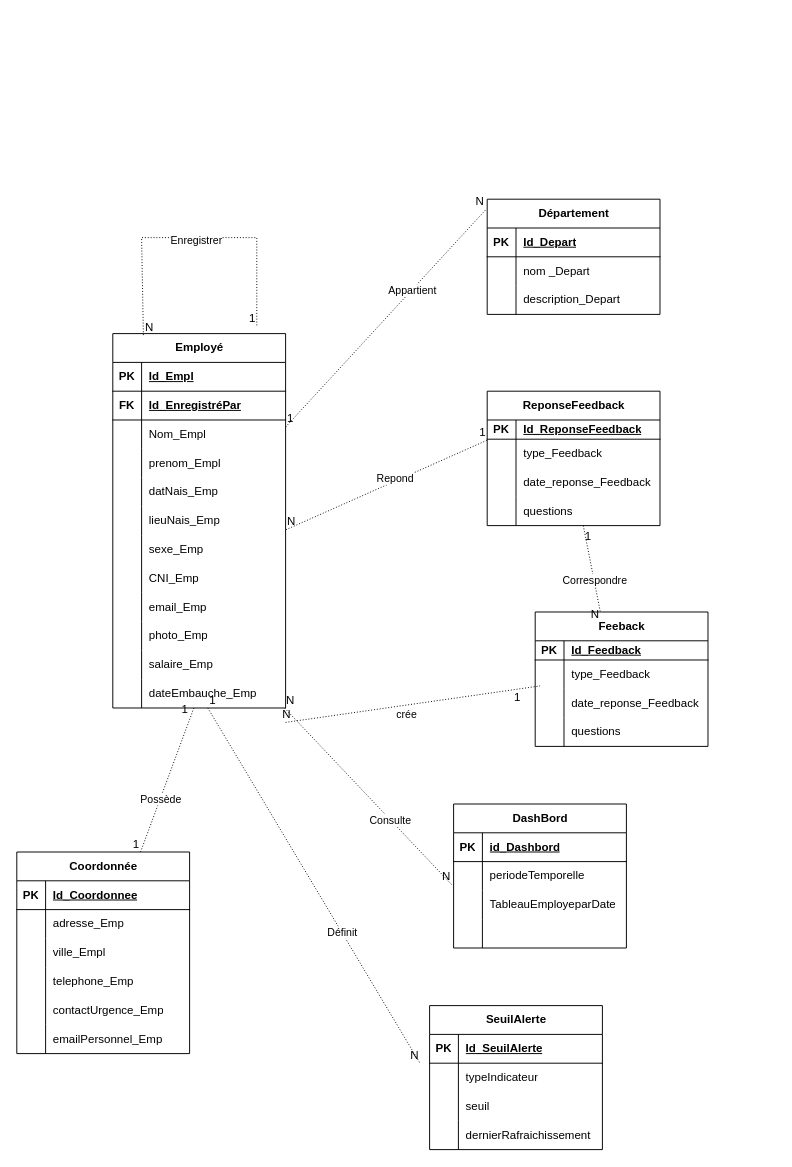
Before: MCD.drawio in DylanTigo/sitemap_retentionPro, a draw.io diagram. Source tidied: cells renumbered, new cells numbered last; positions are measured from the earlier drawing's top-left corner, leaving out a move shared by most shapes. Both pictures are drawn from the tidied source at 96%, with x=0, y=0 at pixel (16, 199).
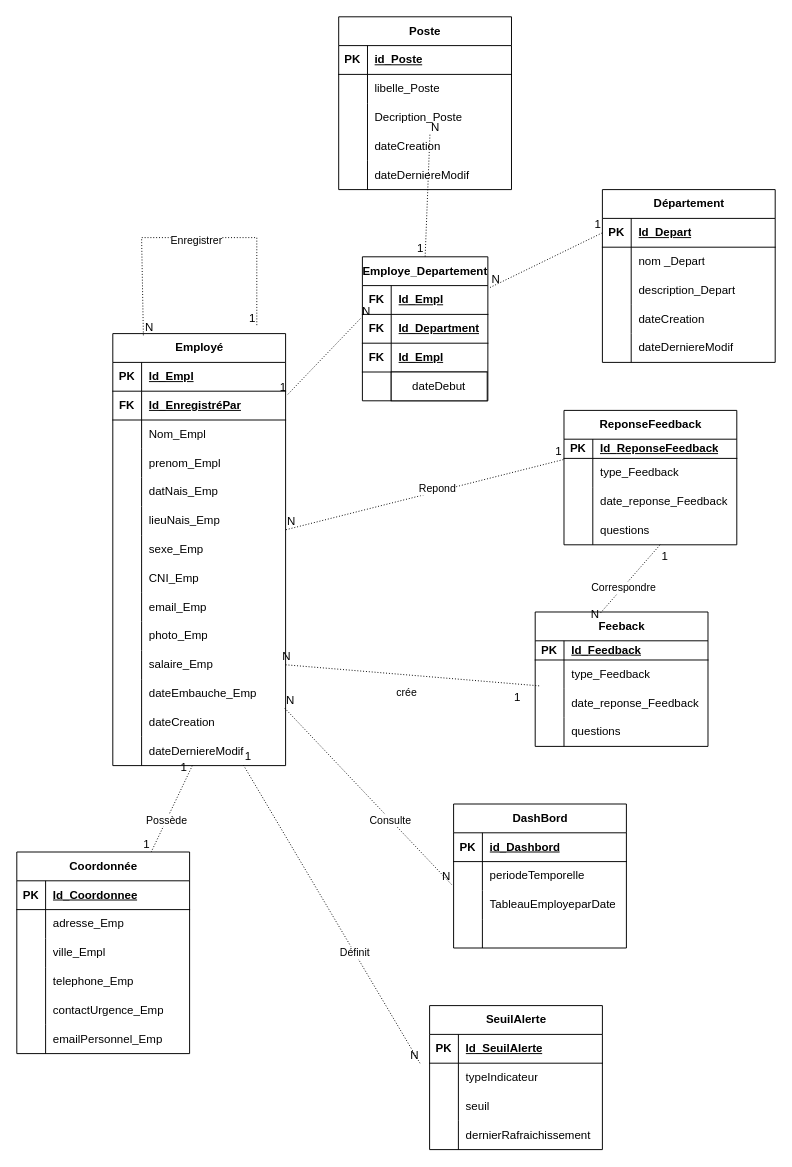
The same diagram, later.

Commit message (it also covers changes not shown here):
Mettre à jour MCD.drawio

Unchanged cells that the change refers to:
```xml
<mxCell id="6" style="shape=tableRow;horizontal=0;startSize=0;swimlaneHead=0;swimlaneBody=0;fillColor=none;points=[[0,0.5],[1,0.5]];portConstraint=eastwest;top=0;left=0;right=0;bottom=1;" parent="2" vertex="1">
  <mxGeometry y="60" width="180" height="30" as="geometry" />
</mxCell>
<mxCell id="33" style="shape=tableRow;horizontal=0;startSize=0;swimlaneHead=0;swimlaneBody=0;fillColor=none;points=[[0,0.5],[1,0.5]];portConstraint=eastwest;top=0;left=0;right=0;bottom=0;" parent="2" vertex="1">
  <mxGeometry y="330" width="180" height="30" as="geometry" />
</mxCell>
<mxCell id="36" style="shape=tableRow;horizontal=0;startSize=0;swimlaneHead=0;swimlaneBody=0;fillColor=none;points=[[0,0.5],[1,0.5]];portConstraint=eastwest;top=0;left=0;right=0;bottom=0;" parent="2" vertex="1">
  <mxGeometry y="360" width="180" height="30" as="geometry" />
</mxCell>
<mxCell id="40" style="shape=tableRow;horizontal=0;startSize=0;swimlaneHead=0;swimlaneBody=0;fillColor=none;points=[[0,0.5],[1,0.5]];portConstraint=eastwest;top=0;left=0;right=0;bottom=1;" parent="39" vertex="1">
  <mxGeometry y="30" width="180" height="30" as="geometry" />
</mxCell>
<mxCell id="56" style="shape=tableRow;horizontal=0;startSize=0;swimlaneHead=0;swimlaneBody=0;fillColor=none;points=[[0,0.5],[1,0.5]];portConstraint=eastwest;top=0;left=0;right=0;bottom=0;" parent="49" vertex="1">
  <mxGeometry y="80" width="180" height="30" as="geometry" />
</mxCell>
<mxCell id="129" value="Coordonnée" style="shape=table;startSize=30;childLayout=tableLayout;rowLines=0;fontStyle=1;align=center;html=1;" parent="1" vertex="1">
  <mxGeometry y="680" width="180" height="210" as="geometry" />
</mxCell>
```

What changed in the source:
```diff
@@
     <mxCell id="2" value="Employé" style="shape=table;startSize=30;childLayout=tableLayout;rowLines=0;fontStyle=1;align=center;html=1;" parent="1" vertex="1">
-      <mxGeometry x="100" y="140" width="180" height="390" as="geometry" />
+      <mxGeometry x="100" y="140" width="180" height="450" as="geometry" />
     </mxCell>
@@
+    <mxCell id="152" style="shape=tableRow;horizontal=0;startSize=0;swimlaneHead=0;swimlaneBody=0;fillColor=none;top=0;left=0;right=0;bottom=0;" parent="2" vertex="1">
+      <mxGeometry y="390" width="180" height="30" as="geometry" />
+    </mxCell>
+    <mxCell id="153" style="shape=partialRectangle;fillColor=none;top=0;left=0;bottom=0;right=0;overflow=hidden;whiteSpace=wrap;html=1;" parent="152" vertex="1">
+      <mxGeometry width="30" height="30" as="geometry" />
+    </mxCell>
+    <mxCell id="154" value="dateCreation" style="shape=partialRectangle;fillColor=none;top=0;left=0;bottom=0;right=0;align=left;spacingLeft=6;overflow=hidden;whiteSpace=wrap;html=1;" parent="152" vertex="1">
+      <mxGeometry x="30" width="150" height="30" as="geometry" />
+    </mxCell>
+    <mxCell id="155" style="shape=tableRow;horizontal=0;startSize=0;swimlaneHead=0;swimlaneBody=0;fillColor=none;points=[[0,0.5],[1,0.5]];portConstraint=eastwest;top=0;left=0;right=0;bottom=0;" parent="2" vertex="1">
+      <mxGeometry y="420" width="180" height="30" as="geometry" />
+    </mxCell>
+    <mxCell id="156" style="shape=partialRectangle;fillColor=none;top=0;left=0;bottom=0;right=0;overflow=hidden;whiteSpace=wrap;html=1;" parent="155" vertex="1">
+      <mxGeometry width="30" height="30" as="geometry" />
+    </mxCell>
+    <mxCell id="157" value="dateDerniereModif" style="shape=partialRectangle;fillColor=none;top=0;left=0;bottom=0;right=0;align=left;spacingLeft=6;overflow=hidden;whiteSpace=wrap;html=1;" parent="155" vertex="1">
+      <mxGeometry x="30" width="150" height="30" as="geometry" />
+    </mxCell>
     <mxCell id="39" value="Département" style="shape=table;startSize=30;childLayout=tableLayout;rowLines=0;fontStyle=1;align=center;html=1;" parent="1" vertex="1">
-      <mxGeometry x="490" width="180" height="120" as="geometry" />
+      <mxGeometry x="610" y="-10" width="180" height="180" as="geometry" />
     </mxCell>
@@
+    <mxCell id="158" style="shape=tableRow;horizontal=0;startSize=0;swimlaneHead=0;swimlaneBody=0;fillColor=none;top=0;left=0;right=0;bottom=0;" parent="39" vertex="1">
+      <mxGeometry y="120" width="180" height="30" as="geometry" />
+    </mxCell>
+    <mxCell id="159" style="shape=partialRectangle;fillColor=none;top=0;left=0;bottom=0;right=0;overflow=hidden;whiteSpace=wrap;html=1;" parent="158" vertex="1">
+      <mxGeometry width="30" height="30" as="geometry" />
+    </mxCell>
+    <mxCell id="160" value="dateCreation" style="shape=partialRectangle;fillColor=none;top=0;left=0;bottom=0;right=0;align=left;spacingLeft=6;overflow=hidden;whiteSpace=wrap;html=1;" parent="158" vertex="1">
+      <mxGeometry x="30" width="150" height="30" as="geometry" />
+    </mxCell>
+    <mxCell id="161" style="shape=tableRow;horizontal=0;startSize=0;swimlaneHead=0;swimlaneBody=0;fillColor=none;top=0;left=0;right=0;bottom=0;" parent="39" vertex="1">
+      <mxGeometry y="150" width="180" height="30" as="geometry" />
+    </mxCell>
+    <mxCell id="162" style="shape=partialRectangle;fillColor=none;top=0;left=0;bottom=0;right=0;overflow=hidden;whiteSpace=wrap;html=1;" parent="161" vertex="1">
+      <mxGeometry width="30" height="30" as="geometry" />
+    </mxCell>
+    <mxCell id="163" value="dateDerniereModif" style="shape=partialRectangle;fillColor=none;top=0;left=0;bottom=0;right=0;align=left;spacingLeft=6;overflow=hidden;whiteSpace=wrap;html=1;" parent="161" vertex="1">
+      <mxGeometry x="30" width="150" height="30" as="geometry" />
+    </mxCell>
@@
     <mxCell id="62" value="ReponseFeedback" style="shape=table;startSize=30;childLayout=tableLayout;rowLines=0;fontStyle=1;align=center;html=1;" parent="1" vertex="1">
-      <mxGeometry x="490" y="200" width="180" height="140" as="geometry" />
+      <mxGeometry x="570" y="220" width="180" height="140" as="geometry" />
     </mxCell>
@@
-    <mxCell id="101" style="endArrow=none;html=1;rounded=0;dashed=1;dashPattern=1 2;entryX=-0.01;entryY=0.094;entryDx=0;entryDy=0;entryPerimeter=0;" parent="1" edge="1" source="2" target="39">
+    <mxCell id="101" style="endArrow=none;html=1;rounded=0;dashed=1;dashPattern=1 2;entryX=1.011;entryY=0.122;entryDx=0;entryDy=0;entryPerimeter=0;exitX=-0.017;exitY=0.15;exitDx=0;exitDy=0;exitPerimeter=0;" parent="1" edge="1" source="168" target="6">
       <mxGeometry relative="1" as="geometry" />
     </mxCell>
-    <mxCell id="102" value="1" style="html=1;whiteSpace=wrap;align=left;verticalAlign=bottom;direction=south;" parent="101" vertex="1">
+    <mxCell id="102" value="N" style="html=1;whiteSpace=wrap;align=left;verticalAlign=bottom;direction=south;" parent="101" vertex="1">
       <mxGeometry x="-1" relative="1" as="geometry" />
     </mxCell>
-    <mxCell id="103" value="N" style="html=1;whiteSpace=wrap;align=right;verticalAlign=bottom;" parent="101" vertex="1">
+    <mxCell id="103" value="1" style="html=1;whiteSpace=wrap;align=right;verticalAlign=bottom;" parent="101" vertex="1">
       <mxGeometry x="1" relative="1" as="geometry" />
     </mxCell>
-    <mxCell id="104" value="Appartient" style="edgeLabel;html=1;align=center;verticalAlign=middle;" parent="101" vertex="1">
-      <mxGeometry x="0.26" relative="1" as="geometry" />
-    </mxCell>
@@
-    <mxCell id="109" style="endArrow=none;html=1;rounded=0;dashed=1;dashPattern=1 2;entryX=0.028;entryY=-0.1;entryDx=0;entryDy=0;entryPerimeter=0;exitX=1;exitY=0.5;exitDx=0;exitDy=0;" parent="1" edge="1" target="56">
-      <mxGeometry relative="1" as="geometry">
-        <mxPoint x="280" y="545" as="sourcePoint" />
-      </mxGeometry>
+    <mxCell id="109" style="endArrow=none;html=1;rounded=0;dashed=1;dashPattern=1 2;entryX=0.028;entryY=-0.1;entryDx=0;entryDy=0;entryPerimeter=0;exitX=1;exitY=0.5;exitDx=0;exitDy=0;" parent="1" edge="1" source="33" target="56">
+      <mxGeometry relative="1" as="geometry" />
     </mxCell>
@@
-    <mxCell id="117" style="endArrow=none;html=1;rounded=0;dashed=1;dashPattern=1 2;" parent="1" edge="1" source="36">
+    <mxCell id="117" style="endArrow=none;html=1;rounded=0;dashed=1;dashPattern=1 2;exitX=0.756;exitY=0.983;exitDx=0;exitDy=0;exitPerimeter=0;" parent="1" edge="1" source="155">
       <mxGeometry relative="1" as="geometry">
         <mxPoint x="420" y="900" as="targetPoint" />
       </mxGeometry>
     </mxCell>
@@
-    <mxCell id="148" style="endArrow=none;html=1;rounded=0;dashed=1;dashPattern=1 2;" parent="1" edge="1" source="36" target="129">
+    <mxCell id="148" style="endArrow=none;html=1;rounded=0;dashed=1;dashPattern=1 2;" parent="1" edge="1" source="155" target="129">
       <mxGeometry relative="1" as="geometry" />
     </mxCell>
@@
+    <mxCell id="164" value="Employe_Departement" style="shape=table;startSize=30;childLayout=tableLayout;rowLines=0;fontStyle=1;align=center;html=1;" parent="1" vertex="1">
+      <mxGeometry x="360" y="60" width="130.7" height="150" as="geometry" />
+    </mxCell>
+    <mxCell id="165" style="shape=tableRow;horizontal=0;startSize=0;swimlaneHead=0;swimlaneBody=0;fillColor=none;points=[[0,0.5],[1,0.5]];portConstraint=eastwest;top=0;left=0;right=0;bottom=1;" parent="164" vertex="1">
+      <mxGeometry y="30" width="130.7" height="30" as="geometry" />
+    </mxCell>
+    <mxCell id="166" value="FK" style="shape=partialRectangle;fillColor=none;top=0;left=0;bottom=0;right=0;fontStyle=1;overflow=hidden;whiteSpace=wrap;html=1;" parent="165" vertex="1">
+      <mxGeometry width="30" height="30" as="geometry" />
+    </mxCell>
+    <mxCell id="167" value="Id_Empl" style="shape=partialRectangle;fillColor=none;top=0;left=0;bottom=0;right=0;align=left;spacingLeft=6;fontStyle=5;overflow=hidden;whiteSpace=wrap;html=1;" parent="165" vertex="1">
+      <mxGeometry x="30" width="100.7" height="30" as="geometry" />
+    </mxCell>
+    <mxCell id="168" style="shape=tableRow;horizontal=0;startSize=0;swimlaneHead=0;swimlaneBody=0;fillColor=none;points=[[0,0.5],[1,0.5]];portConstraint=eastwest;top=0;left=0;right=0;bottom=1;" parent="164" vertex="1">
+      <mxGeometry y="60" width="130.7" height="30" as="geometry" />
+    </mxCell>
+    <mxCell id="169" value="FK" style="shape=partialRectangle;fillColor=none;top=0;left=0;bottom=0;right=0;fontStyle=1;overflow=hidden;whiteSpace=wrap;html=1;" parent="168" vertex="1">
+      <mxGeometry width="30" height="30" as="geometry" />
+    </mxCell>
+    <mxCell id="170" value="Id_Department" style="shape=partialRectangle;fillColor=none;top=0;left=0;bottom=0;right=0;align=left;spacingLeft=6;fontStyle=5;overflow=hidden;whiteSpace=wrap;html=1;" parent="168" vertex="1">
+      <mxGeometry x="30" width="100.7" height="30" as="geometry" />
+    </mxCell>
+    <mxCell id="171" style="shape=tableRow;horizontal=0;startSize=0;swimlaneHead=0;swimlaneBody=0;fillColor=none;top=0;left=0;right=0;bottom=0;" parent="164" vertex="1">
+      <mxGeometry y="90" width="130.7" height="60" as="geometry" />
+    </mxCell>
+    <mxCell id="172" style="shape=partialRectangle;fillColor=none;top=0;left=0;bottom=0;right=0;overflow=hidden;whiteSpace=wrap;html=1;" parent="171" vertex="1">
+      <mxGeometry width="30" height="60" as="geometry" />
+    </mxCell>
+    <mxCell id="173" style="shape=partialRectangle;fillColor=none;top=0;left=0;bottom=0;right=0;align=left;spacingLeft=6;overflow=hidden;whiteSpace=wrap;html=1;" parent="171" vertex="1">
+      <mxGeometry x="30" width="100.7" height="60" as="geometry" />
+    </mxCell>
+    <mxCell id="174" style="endArrow=none;html=1;rounded=0;dashed=1;dashPattern=1 2;exitX=1.017;exitY=0.067;exitDx=0;exitDy=0;exitPerimeter=0;entryX=0;entryY=0.5;entryDx=0;entryDy=0;" parent="1" edge="1" source="165" target="40">
+      <mxGeometry relative="1" as="geometry" />
+    </mxCell>
+    <mxCell id="175" value="N" style="html=1;whiteSpace=wrap;align=left;verticalAlign=bottom;direction=south;" parent="174" vertex="1">
+      <mxGeometry x="-1" relative="1" as="geometry" />
+    </mxCell>
+    <mxCell id="176" value="1" style="html=1;whiteSpace=wrap;align=right;verticalAlign=bottom;" parent="174" vertex="1">
+      <mxGeometry x="1" relative="1" as="geometry" />
+    </mxCell>
+    <mxCell id="177" value="Poste" style="shape=table;startSize=30;childLayout=tableLayout;rowLines=0;fontStyle=1;align=center;html=1;" parent="1" vertex="1">
+      <mxGeometry x="335.3" y="-190" width="180" height="180" as="geometry" />
+    </mxCell>
+    <mxCell id="178" style="shape=tableRow;horizontal=0;startSize=0;swimlaneHead=0;swimlaneBody=0;fillColor=none;top=0;left=0;right=0;bottom=1;" parent="177" vertex="1">
+      <mxGeometry y="30" width="180" height="30" as="geometry" />
+    </mxCell>
+    <mxCell id="179" value="PK" style="shape=partialRectangle;fillColor=none;top=0;left=0;bottom=0;right=0;fontStyle=1;overflow=hidden;whiteSpace=wrap;html=1;" parent="178" vertex="1">
+      <mxGeometry width="30" height="30" as="geometry" />
+    </mxCell>
+    <mxCell id="180" value="id_Poste" style="shape=partialRectangle;fillColor=none;top=0;left=0;bottom=0;right=0;align=left;spacingLeft=6;fontStyle=5;overflow=hidden;whiteSpace=wrap;html=1;" parent="178" vertex="1">
+      <mxGeometry x="30" width="150" height="30" as="geometry" />
+    </mxCell>
+    <mxCell id="181" style="shape=tableRow;horizontal=0;startSize=0;swimlaneHead=0;swimlaneBody=0;fillColor=none;top=0;left=0;right=0;bottom=0;" parent="177" vertex="1">
+      <mxGeometry y="60" width="180" height="30" as="geometry" />
+    </mxCell>
+    <mxCell id="182" style="shape=partialRectangle;fillColor=none;top=0;left=0;bottom=0;right=0;overflow=hidden;whiteSpace=wrap;html=1;" parent="181" vertex="1">
+      <mxGeometry width="30" height="30" as="geometry" />
+    </mxCell>
+    <mxCell id="183" value="libelle_Poste" style="shape=partialRectangle;fillColor=none;top=0;left=0;bottom=0;right=0;align=left;spacingLeft=6;overflow=hidden;whiteSpace=wrap;html=1;" parent="181" vertex="1">
+      <mxGeometry x="30" width="150" height="30" as="geometry" />
+    </mxCell>
+    <mxCell id="184" style="shape=tableRow;horizontal=0;startSize=0;swimlaneHead=0;swimlaneBody=0;fillColor=none;points=[[0,0.5],[1,0.5]];portConstraint=eastwest;top=0;left=0;right=0;bottom=0;" parent="177" vertex="1">
+      <mxGeometry y="90" width="180" height="30" as="geometry" />
+    </mxCell>
+    <mxCell id="185" style="shape=partialRectangle;fillColor=none;top=0;left=0;bottom=0;right=0;overflow=hidden;whiteSpace=wrap;html=1;" parent="184" vertex="1">
+      <mxGeometry width="30" height="30" as="geometry" />
+    </mxCell>
+    <mxCell id="186" value="Decription_Poste" style="shape=partialRectangle;fillColor=none;top=0;left=0;bottom=0;right=0;align=left;spacingLeft=6;overflow=hidden;whiteSpace=wrap;html=1;" parent="184" vertex="1">
+      <mxGeometry x="30" width="150" height="30" as="geometry" />
+    </mxCell>
+    <mxCell id="187" style="shape=tableRow;horizontal=0;startSize=0;swimlaneHead=0;swimlaneBody=0;fillColor=none;top=0;left=0;right=0;bottom=0;" parent="177" vertex="1">
+      <mxGeometry y="120" width="180" height="30" as="geometry" />
+    </mxCell>
+    <mxCell id="188" style="shape=partialRectangle;fillColor=none;top=0;left=0;bottom=0;right=0;overflow=hidden;whiteSpace=wrap;html=1;" parent="187" vertex="1">
+      <mxGeometry width="30" height="30" as="geometry" />
+    </mxCell>
+    <mxCell id="189" value="dateCreation" style="shape=partialRectangle;fillColor=none;top=0;left=0;bottom=0;right=0;align=left;spacingLeft=6;overflow=hidden;whiteSpace=wrap;html=1;" parent="187" vertex="1">
+      <mxGeometry x="30" width="150" height="30" as="geometry" />
+    </mxCell>
+    <mxCell id="190" style="shape=tableRow;horizontal=0;startSize=0;swimlaneHead=0;swimlaneBody=0;fillColor=none;top=0;left=0;right=0;bottom=0;" parent="177" vertex="1">
+      <mxGeometry y="150" width="180" height="30" as="geometry" />
+    </mxCell>
+    <mxCell id="191" style="shape=partialRectangle;fillColor=none;top=0;left=0;bottom=0;right=0;overflow=hidden;whiteSpace=wrap;html=1;" parent="190" vertex="1">
+      <mxGeometry width="30" height="30" as="geometry" />
+    </mxCell>
+    <mxCell id="192" value="dateDerniereModif" style="shape=partialRectangle;fillColor=none;top=0;left=0;bottom=0;right=0;align=left;spacingLeft=6;overflow=hidden;whiteSpace=wrap;html=1;" parent="190" vertex="1">
+      <mxGeometry x="30" width="150" height="30" as="geometry" />
+    </mxCell>
+    <mxCell id="193" style="shape=tableRow;horizontal=0;startSize=0;swimlaneHead=0;swimlaneBody=0;fillColor=none;top=0;left=0;right=0;bottom=1;" parent="1" vertex="1">
+      <mxGeometry x="360" y="150" width="130" height="30" as="geometry" />
+    </mxCell>
+    <mxCell id="194" value="Id_Empl" style="shape=partialRectangle;fillColor=none;top=0;left=0;bottom=0;right=0;align=left;spacingLeft=6;fontStyle=5;overflow=hidden;whiteSpace=wrap;html=1;" parent="1" vertex="1">
+      <mxGeometry x="390" y="150" width="100" height="30" as="geometry" />
+    </mxCell>
+    <mxCell id="195" value="FK" style="shape=partialRectangle;fillColor=none;top=0;left=0;bottom=0;right=0;fontStyle=1;overflow=hidden;whiteSpace=wrap;html=1;" parent="1" vertex="1">
+      <mxGeometry x="360" y="150" width="30" height="30" as="geometry" />
+    </mxCell>
+    <mxCell id="196" value="dateDebut" style="whiteSpace=wrap;html=1;align=center;" parent="1" vertex="1">
+      <mxGeometry x="390" y="180" width="100" height="30" as="geometry" />
+    </mxCell>
+    <mxCell id="197" style="endArrow=none;html=1;rounded=0;dashed=1;dashPattern=1 2;exitX=0.528;exitY=1.094;exitDx=0;exitDy=0;exitPerimeter=0;entryX=0.5;entryY=0;entryDx=0;entryDy=0;" parent="1" edge="1" source="184" target="164">
+      <mxGeometry relative="1" as="geometry" />
+    </mxCell>
+    <mxCell id="198" value="N" style="html=1;whiteSpace=wrap;align=left;verticalAlign=bottom;direction=south;" parent="197" vertex="1">
+      <mxGeometry x="-1" relative="1" as="geometry" />
+    </mxCell>
+    <mxCell id="199" value="1" style="html=1;whiteSpace=wrap;align=right;verticalAlign=bottom;" parent="197" vertex="1">
+      <mxGeometry x="1" relative="1" as="geometry" />
+    </mxCell>
```
